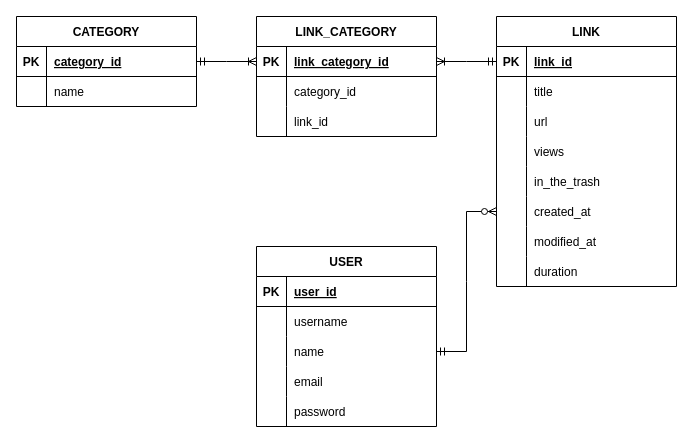
The draw.io diagram modelagem/modelo-logico.drawio in kennedy-ag/link-box, before the edit. Source tidied: cells renumbered, new cells numbered last; positions are measured from the earlier drawing's top-left corner, leaving out a move shared by most shapes. Both pictures are drawn from the tidied source at 100%, with x=0, y=0 at pixel (16, 16).
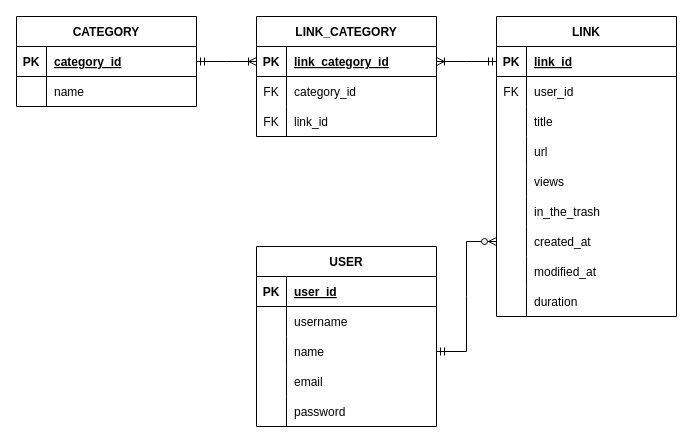
After the change.

The change refers to these unchanged cells:
```xml
<mxCell id="54" style="shape=tableRow;horizontal=0;startSize=0;swimlaneHead=0;swimlaneBody=0;fillColor=none;top=0;left=0;right=0;bottom=0;" parent="50" vertex="1">
  <mxGeometry y="60" width="180" height="30" as="geometry" />
</mxCell>
<mxCell id="57" style="shape=tableRow;horizontal=0;startSize=0;swimlaneHead=0;swimlaneBody=0;fillColor=none;top=0;left=0;right=0;bottom=0;" parent="50" vertex="1">
  <mxGeometry y="90" width="180" height="30" as="geometry" />
</mxCell>
```

Diff of the diagram source:
```diff
@@
     <mxCell id="18" value="LINK" style="shape=table;startSize=30;childLayout=tableLayout;rowLines=0;fontStyle=1;align=center;" parent="1" vertex="1">
-      <mxGeometry x="480" width="180" height="270" as="geometry" />
+      <mxGeometry x="480" width="180" height="300" as="geometry" />
     </mxCell>
@@
+    <mxCell id="63" style="shape=tableRow;horizontal=0;startSize=0;swimlaneHead=0;swimlaneBody=0;fillColor=none;top=0;left=0;right=0;bottom=0;" parent="18" vertex="1">
+      <mxGeometry y="60" width="180" height="30" as="geometry" />
+    </mxCell>
+    <mxCell id="64" value="FK" style="shape=partialRectangle;fillColor=none;top=0;left=0;bottom=0;right=0;overflow=hidden;" parent="63" vertex="1">
+      <mxGeometry width="30" height="30" as="geometry" />
+    </mxCell>
+    <mxCell id="65" value="user_id" style="shape=partialRectangle;fillColor=none;top=0;left=0;bottom=0;right=0;align=left;spacingLeft=6;overflow=hidden;" parent="63" vertex="1">
+      <mxGeometry x="30" width="150" height="30" as="geometry" />
+    </mxCell>
     <mxCell id="22" style="shape=tableRow;horizontal=0;startSize=0;swimlaneHead=0;swimlaneBody=0;fillColor=none;top=0;left=0;right=0;bottom=0;" parent="18" vertex="1">
-      <mxGeometry y="60" width="180" height="30" as="geometry" />
+      <mxGeometry y="90" width="180" height="30" as="geometry" />
     </mxCell>
@@
     <mxCell id="25" style="shape=tableRow;horizontal=0;startSize=0;swimlaneHead=0;swimlaneBody=0;fillColor=none;top=0;left=0;right=0;bottom=0;" parent="18" vertex="1">
-      <mxGeometry y="90" width="180" height="30" as="geometry" />
+      <mxGeometry y="120" width="180" height="30" as="geometry" />
     </mxCell>
@@
     <mxCell id="28" style="shape=tableRow;horizontal=0;startSize=0;swimlaneHead=0;swimlaneBody=0;fillColor=none;top=0;left=0;right=0;bottom=0;" parent="18" vertex="1">
-      <mxGeometry y="120" width="180" height="30" as="geometry" />
+      <mxGeometry y="150" width="180" height="30" as="geometry" />
     </mxCell>
@@
     <mxCell id="31" style="shape=tableRow;horizontal=0;startSize=0;swimlaneHead=0;swimlaneBody=0;fillColor=none;top=0;left=0;right=0;bottom=0;" parent="18" vertex="1">
-      <mxGeometry y="150" width="180" height="30" as="geometry" />
+      <mxGeometry y="180" width="180" height="30" as="geometry" />
     </mxCell>
@@
     <mxCell id="34" style="shape=tableRow;horizontal=0;startSize=0;swimlaneHead=0;swimlaneBody=0;fillColor=none;points=[[0,0.5],[1,0.5]];portConstraint=eastwest;top=0;left=0;right=0;bottom=0;" parent="18" vertex="1">
-      <mxGeometry y="180" width="180" height="30" as="geometry" />
+      <mxGeometry y="210" width="180" height="30" as="geometry" />
     </mxCell>
@@
     <mxCell id="37" style="shape=tableRow;horizontal=0;startSize=0;swimlaneHead=0;swimlaneBody=0;fillColor=none;top=0;left=0;right=0;bottom=0;" parent="18" vertex="1">
-      <mxGeometry y="210" width="180" height="30" as="geometry" />
+      <mxGeometry y="240" width="180" height="30" as="geometry" />
     </mxCell>
@@
     <mxCell id="40" style="shape=tableRow;horizontal=0;startSize=0;swimlaneHead=0;swimlaneBody=0;fillColor=none;top=0;left=0;right=0;bottom=0;" parent="18" vertex="1">
-      <mxGeometry y="240" width="180" height="30" as="geometry" />
+      <mxGeometry y="270" width="180" height="30" as="geometry" />
     </mxCell>
@@
-    <mxCell id="55" style="shape=partialRectangle;fillColor=none;top=0;left=0;bottom=0;right=0;overflow=hidden;" parent="54" vertex="1">
+    <mxCell id="55" value="FK" style="shape=partialRectangle;fillColor=none;top=0;left=0;bottom=0;right=0;overflow=hidden;" parent="54" vertex="1">
       <mxGeometry width="30" height="30" as="geometry" />
     </mxCell>
@@
-    <mxCell id="58" style="shape=partialRectangle;fillColor=none;top=0;left=0;bottom=0;right=0;overflow=hidden;" parent="57" vertex="1">
+    <mxCell id="58" value="FK" style="shape=partialRectangle;fillColor=none;top=0;left=0;bottom=0;right=0;overflow=hidden;" parent="57" vertex="1">
       <mxGeometry width="30" height="30" as="geometry" />
     </mxCell>
```
